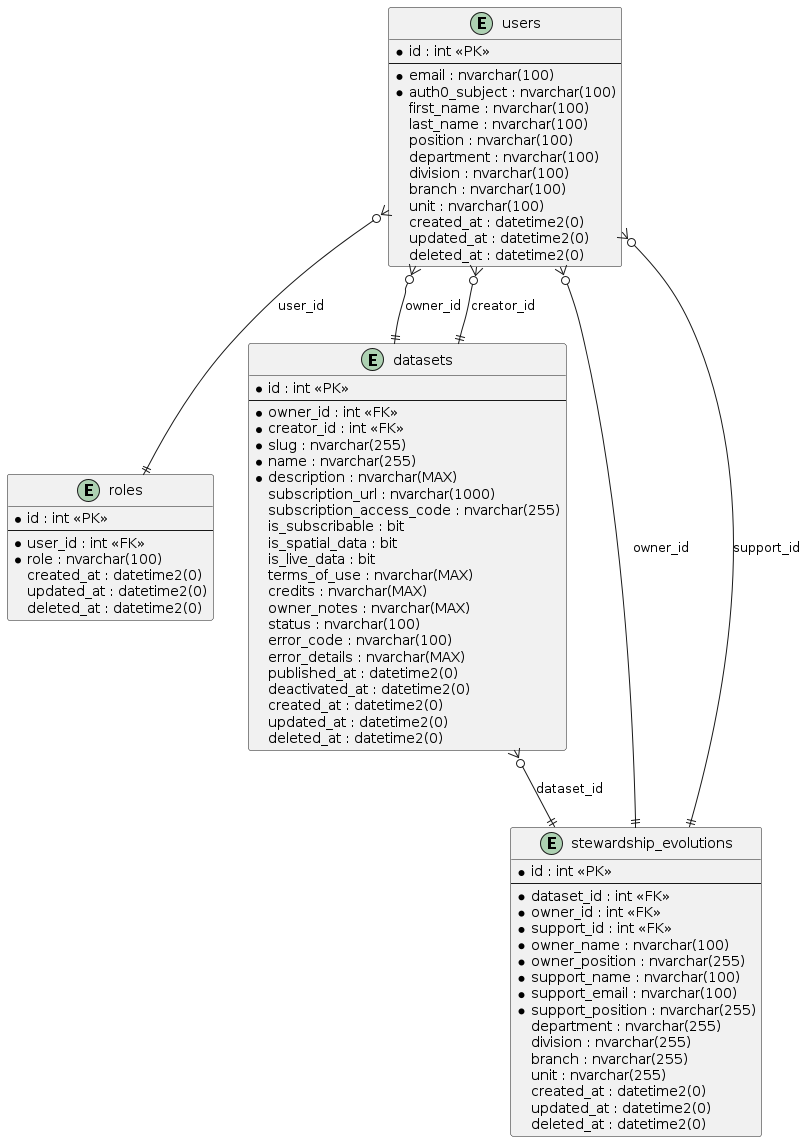
ytgov/internal-data-portal keeps this PlantUML diagram as _Design/Entity Relationship Diagrams.png. Above is the earlier version.
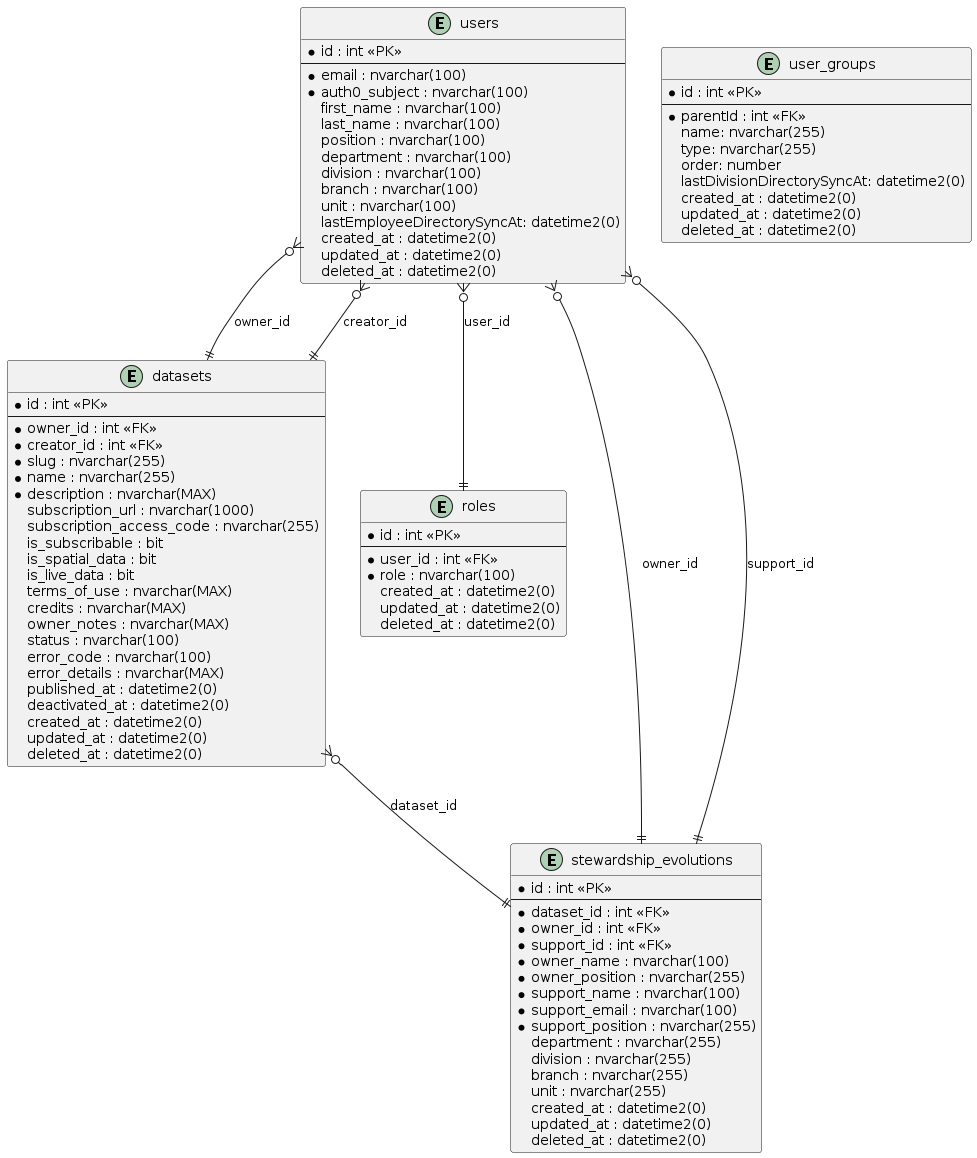
After the commit.

Commit message:
:tophat: Add user_groups to entity relationship diagrams.

Change to the diagram source:
```diff
@@ -1,31 +1,4 @@
 @startuml Entity Relationship Diagrams
-entity "users" {
-  * id : int <<PK>>
-  --
-  * email : nvarchar(100)
-  * auth0_subject : nvarchar(100)
-  first_name : nvarchar(100)
-  last_name : nvarchar(100)
-  position : nvarchar(100)
-  department : nvarchar(100)
-  division : nvarchar(100)
-  branch : nvarchar(100)
-  unit : nvarchar(100)
-  created_at : datetime2(0)
-  updated_at : datetime2(0)
-  deleted_at : datetime2(0)
-}
-
-entity "roles" {
-  * id : int <<PK>>
-  --
-  * user_id : int <<FK>>
-  * role : nvarchar(100)
-  created_at : datetime2(0)
-  updated_at : datetime2(0)
-  deleted_at : datetime2(0)
-}
-
 entity "datasets" {
   * id : int <<PK>>
   --
@@ -52,6 +25,16 @@
   deleted_at : datetime2(0)
 }
 
+entity "roles" {
+  * id : int <<PK>>
+  --
+  * user_id : int <<FK>>
+  * role : nvarchar(100)
+  created_at : datetime2(0)
+  updated_at : datetime2(0)
+  deleted_at : datetime2(0)
+}
+
 entity "stewardship_evolutions" {
   * id : int <<PK>>
   --
@@ -72,6 +55,37 @@
   deleted_at : datetime2(0)
 }
 
+entity "users" {
+  * id : int <<PK>>
+  --
+  * email : nvarchar(100)
+  * auth0_subject : nvarchar(100)
+  first_name : nvarchar(100)
+  last_name : nvarchar(100)
+  position : nvarchar(100)
+  department : nvarchar(100)
+  division : nvarchar(100)
+  branch : nvarchar(100)
+  unit : nvarchar(100)
+  lastEmployeeDirectorySyncAt: datetime2(0)
+  created_at : datetime2(0)
+  updated_at : datetime2(0)
+  deleted_at : datetime2(0)
+}
+
+entity "user_groups" {
+  * id : int <<PK>>
+  --
+  * parentId : int <<FK>>
+  name: nvarchar(255)
+  type: nvarchar(255)
+  order: number
+  lastDivisionDirectorySyncAt: datetime2(0)
+  created_at : datetime2(0)
+  updated_at : datetime2(0)
+  deleted_at : datetime2(0)
+}
+
 users }o--|| roles : user_id
 users }o--|| datasets : owner_id
 users }o--|| datasets : creator_id
```
